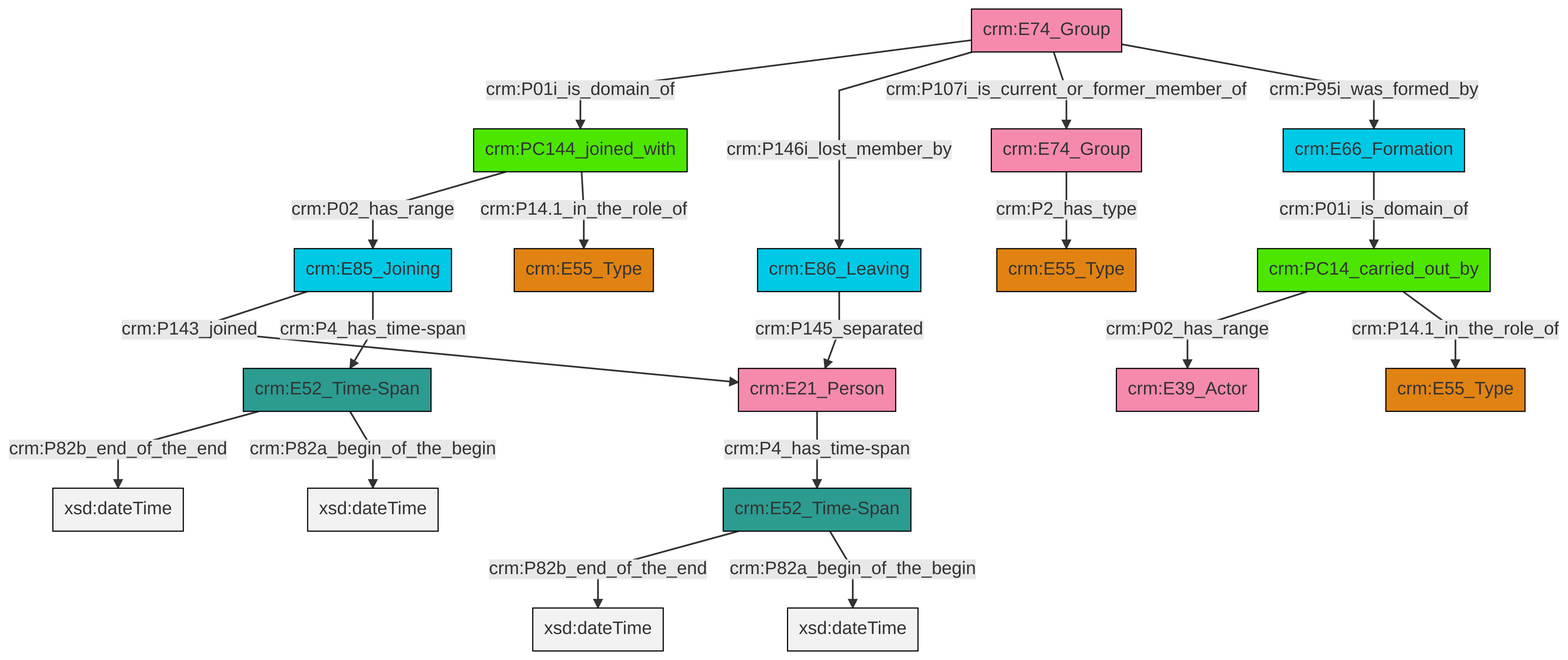
Before: et/groupCSV/ttl/mmd/png/group_actor_relations.png, a diagram exported from Mermaid (swiss-art-research-net/reference-data-models). Its source is kept beside it as et/groupCSV/ttl/mmd/group_actor_relations.ttl.mmd.
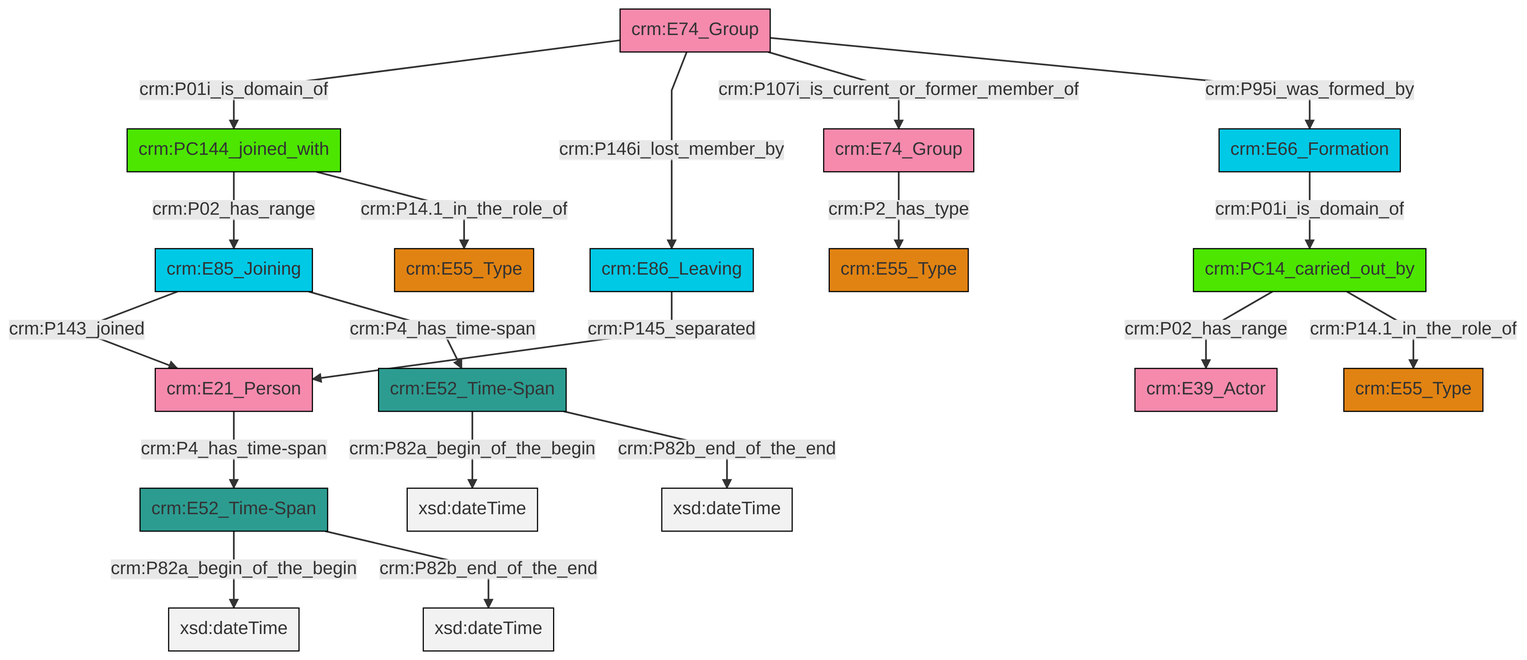
After the change.

Change to the diagram source:
```diff
@@ -13,21 +13,21 @@
 classDef PC_Classes fill:#4ce600, stroke:#000000;
 classDef Multi fill:#cccccc,stroke:#000000;
 
-12["crm:E74_Group"]:::Actor -->|crm:P01i_is_domain_of| 13["crm:PC144_joined_with"]:::PC_Classes
-14["crm:PC14_carried_out_by"]:::PC_Classes -->|crm:P02_has_range| 15["crm:E39_Actor"]:::Actor
-16["crm:E52_Time-Span"]:::Time-Span -->|crm:P82b_end_of_the_end| 17[xsd:dateTime]:::Literal
-18["crm:E74_Group"]:::Actor -->|crm:P2_has_type| 19["crm:E55_Type"]:::Type
-8["crm:E66_Formation"]:::Temporal_Entity -->|crm:P01i_is_domain_of| 14["crm:PC14_carried_out_by"]:::PC_Classes
-14["crm:PC14_carried_out_by"]:::PC_Classes -->|crm:P14.1_in_the_role_of| 6["crm:E55_Type"]:::Type
-12["crm:E74_Group"]:::Actor -->|crm:P146i_lost_member_by| 2["crm:E86_Leaving"]:::Temporal_Entity
-13["crm:PC144_joined_with"]:::PC_Classes -->|crm:P02_has_range| 10["crm:E85_Joining"]:::Temporal_Entity
-4["crm:E52_Time-Span"]:::Time-Span -->|crm:P82b_end_of_the_end| 24[xsd:dateTime]:::Literal
-10["crm:E85_Joining"]:::Temporal_Entity -->|crm:P143_joined| 25["crm:E21_Person"]:::Actor
-4["crm:E52_Time-Span"]:::Time-Span -->|crm:P82a_begin_of_the_begin| 26[xsd:dateTime]:::Literal
-12["crm:E74_Group"]:::Actor -->|crm:P107i_is_current_or_former_member_of| 18["crm:E74_Group"]:::Actor
-25["crm:E21_Person"]:::Actor -->|crm:P4_has_time-span| 16["crm:E52_Time-Span"]:::Time-Span
-10["crm:E85_Joining"]:::Temporal_Entity -->|crm:P4_has_time-span| 4["crm:E52_Time-Span"]:::Time-Span
-13["crm:PC144_joined_with"]:::PC_Classes -->|crm:P14.1_in_the_role_of| 0["crm:E55_Type"]:::Type
-2["crm:E86_Leaving"]:::Temporal_Entity -->|crm:P145_separated| 25["crm:E21_Person"]:::Actor
-12["crm:E74_Group"]:::Actor -->|crm:P95i_was_formed_by| 8["crm:E66_Formation"]:::Temporal_Entity
-16["crm:E52_Time-Span"]:::Time-Span -->|crm:P82a_begin_of_the_begin| 32[xsd:dateTime]:::Literal
+4["crm:E85_Joining"]:::Temporal_Entity -->|crm:P143_joined| 5["crm:E21_Person"]:::Actor
+8["crm:E52_Time-Span"]:::Time-Span -->|crm:P82a_begin_of_the_begin| 9[xsd:dateTime]:::Literal
+5["crm:E21_Person"]:::Actor -->|crm:P4_has_time-span| 8["crm:E52_Time-Span"]:::Time-Span
+10["crm:E74_Group"]:::Actor -->|crm:P01i_is_domain_of| 18["crm:PC144_joined_with"]:::PC_Classes
+21["crm:E74_Group"]:::Actor -->|crm:P2_has_type| 0["crm:E55_Type"]:::Type
+8["crm:E52_Time-Span"]:::Time-Span -->|crm:P82b_end_of_the_end| 22[xsd:dateTime]:::Literal
+18["crm:PC144_joined_with"]:::PC_Classes -->|crm:P02_has_range| 4["crm:E85_Joining"]:::Temporal_Entity
+19["crm:PC14_carried_out_by"]:::PC_Classes -->|crm:P02_has_range| 16["crm:E39_Actor"]:::Actor
+25["crm:E52_Time-Span"]:::Time-Span -->|crm:P82a_begin_of_the_begin| 26[xsd:dateTime]:::Literal
+19["crm:PC14_carried_out_by"]:::PC_Classes -->|crm:P14.1_in_the_role_of| 23["crm:E55_Type"]:::Type
+10["crm:E74_Group"]:::Actor -->|crm:P146i_lost_member_by| 6["crm:E86_Leaving"]:::Temporal_Entity
+10["crm:E74_Group"]:::Actor -->|crm:P107i_is_current_or_former_member_of| 21["crm:E74_Group"]:::Actor
+4["crm:E85_Joining"]:::Temporal_Entity -->|crm:P4_has_time-span| 25["crm:E52_Time-Span"]:::Time-Span
+6["crm:E86_Leaving"]:::Temporal_Entity -->|crm:P145_separated| 5["crm:E21_Person"]:::Actor
+25["crm:E52_Time-Span"]:::Time-Span -->|crm:P82b_end_of_the_end| 33[xsd:dateTime]:::Literal
+10["crm:E74_Group"]:::Actor -->|crm:P95i_was_formed_by| 2["crm:E66_Formation"]:::Temporal_Entity
+18["crm:PC144_joined_with"]:::PC_Classes -->|crm:P14.1_in_the_role_of| 13["crm:E55_Type"]:::Type
+2["crm:E66_Formation"]:::Temporal_Entity -->|crm:P01i_is_domain_of| 19["crm:PC14_carried_out_by"]:::PC_Classes
```
